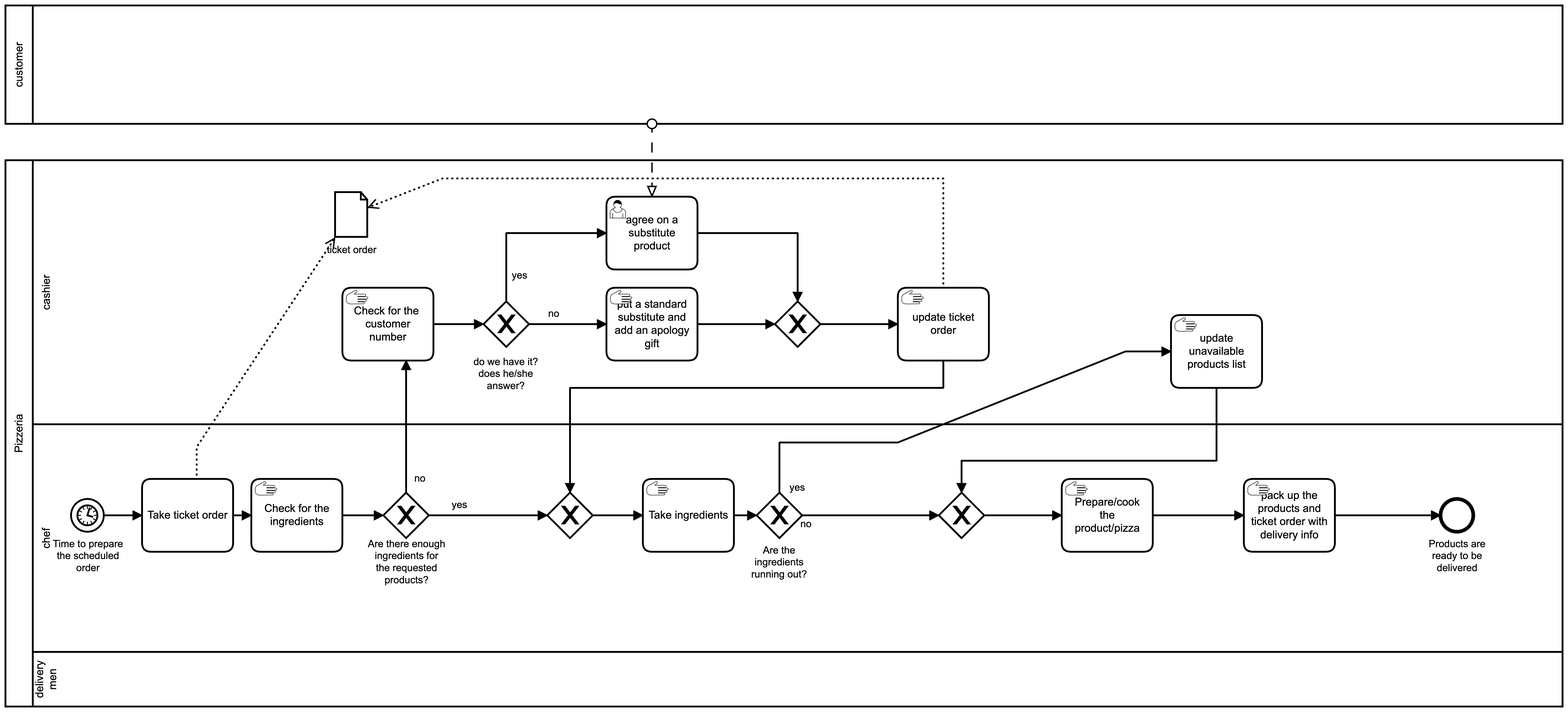
This is images/BPMN_ASIS_PrepareProductsForAnOrder.png from MattiaRiola/is-pizzeria-project, a BPMN export, as it was before one commit. Its source is kept beside it as camunda_files/BPMN_ASIS_PrepareProductsForAnOrder.bpmn. Ids are renumbered.
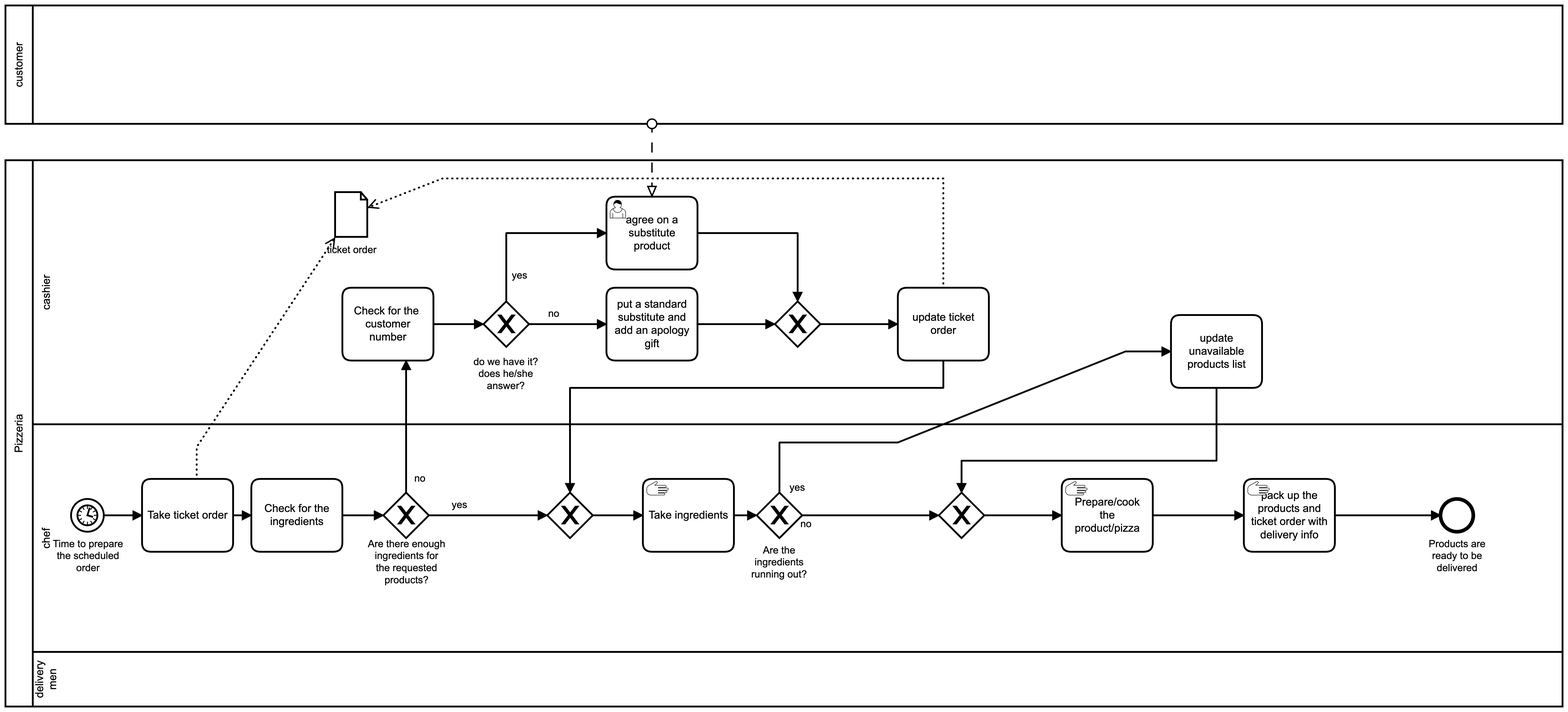
After the commit.

Commit message:
docs: asis fix bpmn

Change to the diagram source:
```diff
@@ -8,7 +8,6 @@
     <bpmn:laneSet id="LaneSet_n9">
       <bpmn:lane id="Lane_n10" name="delivery men" />
       <bpmn:lane id="Lane_n11" name="chef">
-        <bpmn:flowNodeRef>Activity_n12</bpmn:flowNodeRef>
         <bpmn:flowNodeRef>Gateway_n13</bpmn:flowNodeRef>
         <bpmn:flowNodeRef>Gateway_n14</bpmn:flowNodeRef>
         <bpmn:flowNodeRef>Gateway_n15</bpmn:flowNodeRef>
@@ -18,22 +17,19 @@
         <bpmn:flowNodeRef>Event_n19</bpmn:flowNodeRef>
         <bpmn:flowNodeRef>Activity_n20</bpmn:flowNodeRef>
         <bpmn:flowNodeRef>Activity_n21</bpmn:flowNodeRef>
+        <bpmn:flowNodeRef>Activity_n12</bpmn:flowNodeRef>
         <bpmn:flowNodeRef>Activity_n22</bpmn:flowNodeRef>
       </bpmn:lane>
       <bpmn:lane id="Lane_n23" name="cashier">
         <bpmn:flowNodeRef>Gateway_n24</bpmn:flowNodeRef>
         <bpmn:flowNodeRef>Gateway_n25</bpmn:flowNodeRef>
+        <bpmn:flowNodeRef>Activity_n8</bpmn:flowNodeRef>
         <bpmn:flowNodeRef>Activity_n26</bpmn:flowNodeRef>
+        <bpmn:flowNodeRef>Activity_n29</bpmn:flowNodeRef>
+        <bpmn:flowNodeRef>Activity_n28</bpmn:flowNodeRef>
         <bpmn:flowNodeRef>Activity_n27</bpmn:flowNodeRef>
-        <bpmn:flowNodeRef>Activity_n28</bpmn:flowNodeRef>
-        <bpmn:flowNodeRef>Activity_n29</bpmn:flowNodeRef>
-        <bpmn:flowNodeRef>Activity_n8</bpmn:flowNodeRef>
       </bpmn:lane>
     </bpmn:laneSet>
-    <bpmn:manualTask id="Activity_n12" name="Check for the ingredients">
-      <bpmn:incoming>Flow_n30</bpmn:incoming>
-      <bpmn:outgoing>Flow_n31</bpmn:outgoing>
-    </bpmn:manualTask>
     <bpmn:exclusiveGateway id="Gateway_n13" name="Are there enough ingredients for the requested products?">
       <bpmn:incoming>Flow_n31</bpmn:incoming>
       <bpmn:outgoing>Flow_n32</bpmn:outgoing>
@@ -80,10 +76,6 @@
     <bpmn:endEvent id="Event_n19" name="Products are ready to be delivered">
       <bpmn:incoming>Flow_n52</bpmn:incoming>
     </bpmn:endEvent>
-    <bpmn:manualTask id="Activity_n26" name="Check for the  customer number">
-      <bpmn:incoming>Flow_n33</bpmn:incoming>
-      <bpmn:outgoing>Flow_n34</bpmn:outgoing>
-    </bpmn:manualTask>
     <bpmn:manualTask id="Activity_n20" name="Prepare/cook the product/pizza">
       <bpmn:incoming>Flow_n44</bpmn:incoming>
       <bpmn:outgoing>Flow_n53</bpmn:outgoing>
@@ -91,25 +83,6 @@
     <bpmn:manualTask id="Activity_n21" name="Take ingredients">
       <bpmn:incoming>Flow_n50</bpmn:incoming>
       <bpmn:outgoing>Flow_n40</bpmn:outgoing>
-    </bpmn:manualTask>
-    <bpmn:manualTask id="Activity_n27" name="update unavailable products list">
-      <bpmn:incoming>Flow_n42</bpmn:incoming>
-      <bpmn:outgoing>Flow_n43</bpmn:outgoing>
-    </bpmn:manualTask>
-    <bpmn:manualTask id="Activity_n22" name="pack up the products and ticket order with delivery info">
-      <bpmn:incoming>Flow_n53</bpmn:incoming>
-      <bpmn:outgoing>Flow_n52</bpmn:outgoing>
-    </bpmn:manualTask>
-    <bpmn:manualTask id="Activity_n28" name="update ticket order">
-      <bpmn:incoming>Flow_n39</bpmn:incoming>
-      <bpmn:outgoing>Flow_n49</bpmn:outgoing>
-      <bpmn:dataOutputAssociation id="DataOutputAssociation_n54">
-        <bpmn:targetRef>DataObjectReference_n48</bpmn:targetRef>
-      </bpmn:dataOutputAssociation>
-    </bpmn:manualTask>
-    <bpmn:manualTask id="Activity_n29" name="put a standard substitute and add an apology gift">
-      <bpmn:incoming>Flow_n36</bpmn:incoming>
-      <bpmn:outgoing>Flow_n37</bpmn:outgoing>
     </bpmn:manualTask>
     <bpmn:userTask id="Activity_n8" name="agree on a substitute product">
       <bpmn:incoming>Flow_n35</bpmn:incoming>
@@ -135,6 +108,33 @@
     <bpmn:sequenceFlow id="Flow_n49" sourceRef="Activity_n28" targetRef="Gateway_n18" />
     <bpmn:sequenceFlow id="Flow_n53" sourceRef="Activity_n20" targetRef="Activity_n22" />
     <bpmn:sequenceFlow id="Flow_n52" sourceRef="Activity_n22" targetRef="Event_n19" />
+    <bpmn:task id="Activity_n12" name="Check for the ingredients">
+      <bpmn:incoming>Flow_n30</bpmn:incoming>
+      <bpmn:outgoing>Flow_n31</bpmn:outgoing>
+    </bpmn:task>
+    <bpmn:task id="Activity_n26" name="Check for the  customer number">
+      <bpmn:incoming>Flow_n33</bpmn:incoming>
+      <bpmn:outgoing>Flow_n34</bpmn:outgoing>
+    </bpmn:task>
+    <bpmn:task id="Activity_n29" name="put a standard substitute and add an apology gift">
+      <bpmn:incoming>Flow_n36</bpmn:incoming>
+      <bpmn:outgoing>Flow_n37</bpmn:outgoing>
+    </bpmn:task>
+    <bpmn:task id="Activity_n28" name="update ticket order">
+      <bpmn:incoming>Flow_n39</bpmn:incoming>
+      <bpmn:outgoing>Flow_n49</bpmn:outgoing>
+      <bpmn:dataOutputAssociation id="DataOutputAssociation_n54">
+        <bpmn:targetRef>DataObjectReference_n48</bpmn:targetRef>
+      </bpmn:dataOutputAssociation>
+    </bpmn:task>
+    <bpmn:task id="Activity_n27" name="update unavailable products list">
+      <bpmn:incoming>Flow_n42</bpmn:incoming>
+      <bpmn:outgoing>Flow_n43</bpmn:outgoing>
+    </bpmn:task>
+    <bpmn:manualTask id="Activity_n22" name="pack up the products and ticket order with delivery info">
+      <bpmn:incoming>Flow_n53</bpmn:incoming>
+      <bpmn:outgoing>Flow_n52</bpmn:outgoing>
+    </bpmn:manualTask>
   </bpmn:process>
   <bpmn:process id="Process_n6" isExecutable="false" />
   <bpmndi:BPMNDiagram id="BPMNDiagram_1">
@@ -142,75 +142,50 @@
       <bpmndi:BPMNShape id="Participant_n3_di" bpmnElement="Participant_n3" isHorizontal="true">
         <dc:Bounds x="160" y="250" width="1710" height="600" />
       </bpmndi:BPMNShape>
-      <bpmndi:BPMNShape id="Lane_n10_di" bpmnElement="Lane_n10" isHorizontal="true">
-        <dc:Bounds x="190" y="790" width="1680" height="60" />
+      <bpmndi:BPMNShape id="Lane_n23_di" bpmnElement="Lane_n23" isHorizontal="true">
+        <dc:Bounds x="190" y="250" width="1680" height="290" />
       </bpmndi:BPMNShape>
       <bpmndi:BPMNShape id="Lane_n11_di" bpmnElement="Lane_n11" isHorizontal="true">
         <dc:Bounds x="190" y="540" width="1680" height="250" />
       </bpmndi:BPMNShape>
-      <bpmndi:BPMNShape id="Lane_n23_di" bpmnElement="Lane_n23" isHorizontal="true">
-        <dc:Bounds x="190" y="250" width="1680" height="290" />
+      <bpmndi:BPMNShape id="Lane_n10_di" bpmnElement="Lane_n10" isHorizontal="true">
+        <dc:Bounds x="190" y="790" width="1680" height="60" />
       </bpmndi:BPMNShape>
-      <bpmndi:BPMNEdge id="Flow_n45_di" bpmnElement="Flow_n45">
-        <di:waypoint x="268" y="640" />
-        <di:waypoint x="310" y="640" />
+      <bpmndi:BPMNEdge id="Flow_n52_di" bpmnElement="Flow_n52">
+        <di:waypoint x="1620" y="640" />
+        <di:waypoint x="1736" y="640" />
       </bpmndi:BPMNEdge>
-      <bpmndi:BPMNEdge id="Flow_n31_di" bpmnElement="Flow_n31">
-        <di:waypoint x="530" y="640" />
-        <di:waypoint x="575" y="640" />
+      <bpmndi:BPMNEdge id="Flow_n53_di" bpmnElement="Flow_n53">
+        <di:waypoint x="1420" y="640" />
+        <di:waypoint x="1520" y="640" />
       </bpmndi:BPMNEdge>
-      <bpmndi:BPMNEdge id="Flow_n32_di" bpmnElement="Flow_n32">
-        <di:waypoint x="625" y="640" />
-        <di:waypoint x="755" y="640" />
-        <bpmndi:BPMNLabel>
-          <dc:Bounds x="650" y="622" width="18" height="14" />
-        </bpmndi:BPMNLabel>
+      <bpmndi:BPMNEdge id="Flow_n49_di" bpmnElement="Flow_n49">
+        <di:waypoint x="1190" y="470" />
+        <di:waypoint x="1190" y="500" />
+        <di:waypoint x="780" y="500" />
+        <di:waypoint x="780" y="615" />
       </bpmndi:BPMNEdge>
-      <bpmndi:BPMNEdge id="Flow_n34_di" bpmnElement="Flow_n34">
-        <di:waypoint x="630" y="430" />
-        <di:waypoint x="685" y="430" />
+      <bpmndi:BPMNEdge id="Flow_n50_di" bpmnElement="Flow_n50">
+        <di:waypoint x="805" y="640" />
+        <di:waypoint x="860" y="640" />
       </bpmndi:BPMNEdge>
-      <bpmndi:BPMNEdge id="Flow_n35_di" bpmnElement="Flow_n35">
-        <di:waypoint x="710" y="405" />
-        <di:waypoint x="710" y="330" />
-        <di:waypoint x="820" y="330" />
-        <bpmndi:BPMNLabel>
-          <dc:Bounds x="716" y="370" width="18" height="14" />
-        </bpmndi:BPMNLabel>
+      <bpmndi:BPMNEdge id="Flow_n39_di" bpmnElement="Flow_n39">
+        <di:waypoint x="1055" y="430" />
+        <di:waypoint x="1140" y="430" />
       </bpmndi:BPMNEdge>
-      <bpmndi:BPMNEdge id="Flow_n33_di" bpmnElement="Flow_n33">
-        <di:waypoint x="600" y="615" />
-        <di:waypoint x="600" y="470" />
-        <bpmndi:BPMNLabel>
-          <dc:Bounds x="609" y="593" width="13" height="14" />
-        </bpmndi:BPMNLabel>
+      <bpmndi:BPMNEdge id="Flow_n30_di" bpmnElement="Flow_n30">
+        <di:waypoint x="410" y="640" />
+        <di:waypoint x="430" y="640" />
       </bpmndi:BPMNEdge>
-      <bpmndi:BPMNEdge id="Flow_n36_di" bpmnElement="Flow_n36">
-        <di:waypoint x="735" y="430" />
-        <di:waypoint x="820" y="430" />
-        <bpmndi:BPMNLabel>
-          <dc:Bounds x="756" y="412" width="13" height="14" />
-        </bpmndi:BPMNLabel>
+      <bpmndi:BPMNEdge id="Flow_n44_di" bpmnElement="Flow_n44">
+        <di:waypoint x="1235" y="640" />
+        <di:waypoint x="1320" y="640" />
       </bpmndi:BPMNEdge>
-      <bpmndi:BPMNEdge id="Flow_n37_di" bpmnElement="Flow_n37">
-        <di:waypoint x="920" y="430" />
-        <di:waypoint x="1005" y="430" />
-      </bpmndi:BPMNEdge>
-      <bpmndi:BPMNEdge id="Flow_n38_di" bpmnElement="Flow_n38">
-        <di:waypoint x="920" y="330" />
-        <di:waypoint x="1030" y="330" />
-        <di:waypoint x="1030" y="405" />
-      </bpmndi:BPMNEdge>
-      <bpmndi:BPMNEdge id="Flow_n40_di" bpmnElement="Flow_n40">
-        <di:waypoint x="960" y="640" />
-        <di:waypoint x="985" y="640" />
-      </bpmndi:BPMNEdge>
-      <bpmndi:BPMNEdge id="Flow_n41_di" bpmnElement="Flow_n41">
-        <di:waypoint x="1035" y="640" />
-        <di:waypoint x="1185" y="640" />
-        <bpmndi:BPMNLabel>
-          <dc:Bounds x="1033" y="643" width="13" height="14" />
-        </bpmndi:BPMNLabel>
+      <bpmndi:BPMNEdge id="Flow_n43_di" bpmnElement="Flow_n43">
+        <di:waypoint x="1490" y="500" />
+        <di:waypoint x="1490" y="580" />
+        <di:waypoint x="1210" y="580" />
+        <di:waypoint x="1210" y="615" />
       </bpmndi:BPMNEdge>
       <bpmndi:BPMNEdge id="Flow_n42_di" bpmnElement="Flow_n42">
         <di:waypoint x="1010" y="615" />
@@ -222,45 +197,67 @@
           <dc:Bounds x="1021" y="603" width="18" height="14" />
         </bpmndi:BPMNLabel>
       </bpmndi:BPMNEdge>
-      <bpmndi:BPMNEdge id="Flow_n43_di" bpmnElement="Flow_n43">
-        <di:waypoint x="1490" y="500" />
-        <di:waypoint x="1490" y="580" />
-        <di:waypoint x="1210" y="580" />
-        <di:waypoint x="1210" y="615" />
+      <bpmndi:BPMNEdge id="Flow_n41_di" bpmnElement="Flow_n41">
+        <di:waypoint x="1035" y="640" />
+        <di:waypoint x="1185" y="640" />
+        <bpmndi:BPMNLabel>
+          <dc:Bounds x="1033" y="643" width="13" height="14" />
+        </bpmndi:BPMNLabel>
       </bpmndi:BPMNEdge>
-      <bpmndi:BPMNEdge id="Flow_n44_di" bpmnElement="Flow_n44">
-        <di:waypoint x="1235" y="640" />
-        <di:waypoint x="1320" y="640" />
+      <bpmndi:BPMNEdge id="Flow_n40_di" bpmnElement="Flow_n40">
+        <di:waypoint x="960" y="640" />
+        <di:waypoint x="985" y="640" />
       </bpmndi:BPMNEdge>
-      <bpmndi:BPMNEdge id="Flow_n30_di" bpmnElement="Flow_n30">
-        <di:waypoint x="410" y="640" />
-        <di:waypoint x="430" y="640" />
+      <bpmndi:BPMNEdge id="Flow_n38_di" bpmnElement="Flow_n38">
+        <di:waypoint x="920" y="330" />
+        <di:waypoint x="1030" y="330" />
+        <di:waypoint x="1030" y="405" />
       </bpmndi:BPMNEdge>
-      <bpmndi:BPMNEdge id="Flow_n39_di" bpmnElement="Flow_n39">
-        <di:waypoint x="1055" y="430" />
-        <di:waypoint x="1140" y="430" />
+      <bpmndi:BPMNEdge id="Flow_n37_di" bpmnElement="Flow_n37">
+        <di:waypoint x="920" y="430" />
+        <di:waypoint x="1005" y="430" />
       </bpmndi:BPMNEdge>
-      <bpmndi:BPMNEdge id="Flow_n50_di" bpmnElement="Flow_n50">
-        <di:waypoint x="805" y="640" />
-        <di:waypoint x="860" y="640" />
+      <bpmndi:BPMNEdge id="Flow_n36_di" bpmnElement="Flow_n36">
+        <di:waypoint x="735" y="430" />
+        <di:waypoint x="820" y="430" />
+        <bpmndi:BPMNLabel>
+          <dc:Bounds x="756" y="412" width="13" height="14" />
+        </bpmndi:BPMNLabel>
       </bpmndi:BPMNEdge>
-      <bpmndi:BPMNEdge id="Flow_n49_di" bpmnElement="Flow_n49">
-        <di:waypoint x="1190" y="470" />
-        <di:waypoint x="1190" y="500" />
-        <di:waypoint x="780" y="500" />
-        <di:waypoint x="780" y="615" />
+      <bpmndi:BPMNEdge id="Flow_n33_di" bpmnElement="Flow_n33">
+        <di:waypoint x="600" y="615" />
+        <di:waypoint x="600" y="470" />
+        <bpmndi:BPMNLabel>
+          <dc:Bounds x="609" y="593" width="13" height="14" />
+        </bpmndi:BPMNLabel>
       </bpmndi:BPMNEdge>
-      <bpmndi:BPMNEdge id="Flow_n53_di" bpmnElement="Flow_n53">
-        <di:waypoint x="1420" y="640" />
-        <di:waypoint x="1520" y="640" />
+      <bpmndi:BPMNEdge id="Flow_n35_di" bpmnElement="Flow_n35">
+        <di:waypoint x="710" y="405" />
+        <di:waypoint x="710" y="330" />
+        <di:waypoint x="820" y="330" />
+        <bpmndi:BPMNLabel>
+          <dc:Bounds x="716" y="370" width="18" height="14" />
+        </bpmndi:BPMNLabel>
       </bpmndi:BPMNEdge>
-      <bpmndi:BPMNEdge id="Flow_n52_di" bpmnElement="Flow_n52">
-        <di:waypoint x="1620" y="640" />
-        <di:waypoint x="1736" y="640" />
+      <bpmndi:BPMNEdge id="Flow_n34_di" bpmnElement="Flow_n34">
+        <di:waypoint x="630" y="430" />
+        <di:waypoint x="685" y="430" />
       </bpmndi:BPMNEdge>
-      <bpmndi:BPMNShape id="Activity_0w3zl3e_di" bpmnElement="Activity_n12">
-        <dc:Bounds x="430" y="600" width="100" height="80" />
-      </bpmndi:BPMNShape>
+      <bpmndi:BPMNEdge id="Flow_n32_di" bpmnElement="Flow_n32">
+        <di:waypoint x="625" y="640" />
+        <di:waypoint x="755" y="640" />
+        <bpmndi:BPMNLabel>
+          <dc:Bounds x="650" y="622" width="18" height="14" />
+        </bpmndi:BPMNLabel>
+      </bpmndi:BPMNEdge>
+      <bpmndi:BPMNEdge id="Flow_n31_di" bpmnElement="Flow_n31">
+        <di:waypoint x="530" y="640" />
+        <di:waypoint x="575" y="640" />
+      </bpmndi:BPMNEdge>
+      <bpmndi:BPMNEdge id="Flow_n45_di" bpmnElement="Flow_n45">
+        <di:waypoint x="268" y="640" />
+        <di:waypoint x="310" y="640" />
+      </bpmndi:BPMNEdge>
       <bpmndi:BPMNShape id="Gateway_n13_di" bpmnElement="Gateway_n13" isMarkerVisible="true">
         <dc:Bounds x="575" y="615" width="50" height="50" />
         <bpmndi:BPMNLabel>
@@ -309,29 +306,32 @@
           <dc:Bounds x="1723" y="665" width="63" height="40" />
         </bpmndi:BPMNLabel>
       </bpmndi:BPMNShape>
-      <bpmndi:BPMNShape id="Activity_0upwq2f_di" bpmnElement="Activity_n26">
-        <dc:Bounds x="530" y="390" width="100" height="80" />
-      </bpmndi:BPMNShape>
       <bpmndi:BPMNShape id="Activity_09dk077_di" bpmnElement="Activity_n20">
         <dc:Bounds x="1320" y="600" width="100" height="80" />
       </bpmndi:BPMNShape>
       <bpmndi:BPMNShape id="Activity_1jqqwix_di" bpmnElement="Activity_n21">
         <dc:Bounds x="860" y="600" width="100" height="80" />
       </bpmndi:BPMNShape>
-      <bpmndi:BPMNShape id="Activity_17owl67_di" bpmnElement="Activity_n27">
+      <bpmndi:BPMNShape id="Activity_1ae6ir9_di" bpmnElement="Activity_n8">
+        <dc:Bounds x="820" y="290" width="100" height="80" />
+      </bpmndi:BPMNShape>
+      <bpmndi:BPMNShape id="Activity_1svgw24_di" bpmnElement="Activity_n12">
+        <dc:Bounds x="430" y="600" width="100" height="80" />
+      </bpmndi:BPMNShape>
+      <bpmndi:BPMNShape id="Activity_0fal0be_di" bpmnElement="Activity_n26">
+        <dc:Bounds x="530" y="390" width="100" height="80" />
+      </bpmndi:BPMNShape>
+      <bpmndi:BPMNShape id="Activity_0zbv5am_di" bpmnElement="Activity_n29">
+        <dc:Bounds x="820" y="390" width="100" height="80" />
+      </bpmndi:BPMNShape>
+      <bpmndi:BPMNShape id="Activity_08g8qi0_di" bpmnElement="Activity_n28">
+        <dc:Bounds x="1140" y="390" width="100" height="80" />
+      </bpmndi:BPMNShape>
+      <bpmndi:BPMNShape id="Activity_1std5xg_di" bpmnElement="Activity_n27">
         <dc:Bounds x="1440" y="420" width="100" height="80" />
       </bpmndi:BPMNShape>
-      <bpmndi:BPMNShape id="Activity_1p0ns88_di" bpmnElement="Activity_n22">
+      <bpmndi:BPMNShape id="Activity_0450n47_di" bpmnElement="Activity_n22">
         <dc:Bounds x="1520" y="600" width="100" height="80" />
-      </bpmndi:BPMNShape>
-      <bpmndi:BPMNShape id="Activity_1u2n4oj_di" bpmnElement="Activity_n28">
-        <dc:Bounds x="1140" y="390" width="100" height="80" />
-      </bpmndi:BPMNShape>
-      <bpmndi:BPMNShape id="Activity_0j7r0fu_di" bpmnElement="Activity_n29">
-        <dc:Bounds x="820" y="390" width="100" height="80" />
-      </bpmndi:BPMNShape>
-      <bpmndi:BPMNShape id="Activity_1ae6ir9_di" bpmnElement="Activity_n8">
-        <dc:Bounds x="820" y="290" width="100" height="80" />
       </bpmndi:BPMNShape>
       <bpmndi:BPMNShape id="Participant_n5_di" bpmnElement="Participant_n5" isHorizontal="true">
         <dc:Bounds x="160" y="80" width="1710" height="130" />
```
